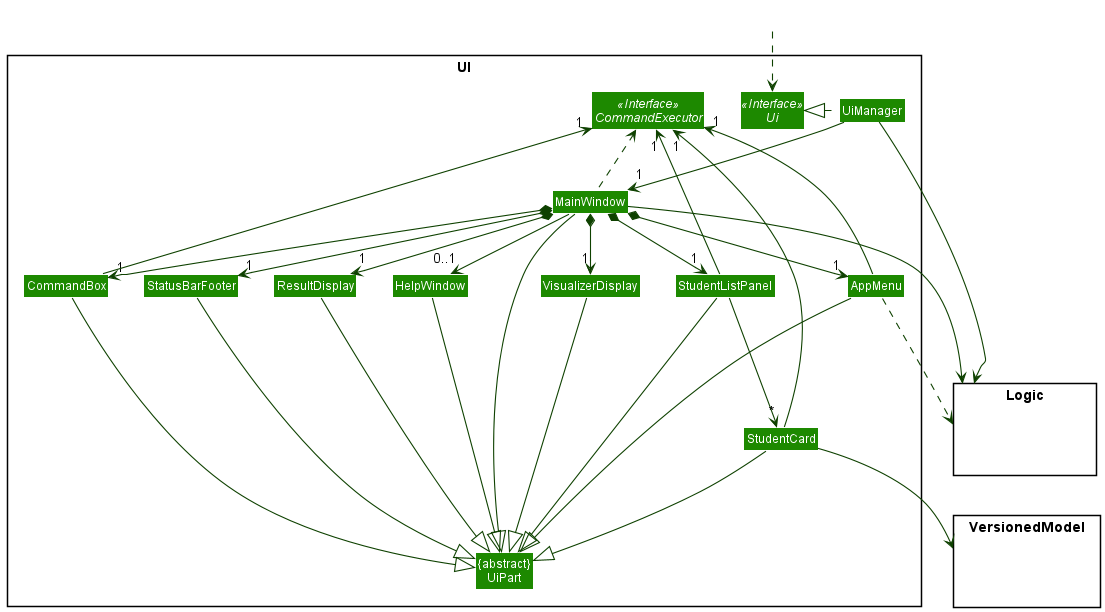
The PlantUML diagram docs/images/dg/architecture/ui/UiClassDiagram.png in nus-cs2103-AY2122S1/tp, before a commit. Its source is kept beside it as docs/diagrams/architecture/ui/UiClassDiagram.puml.
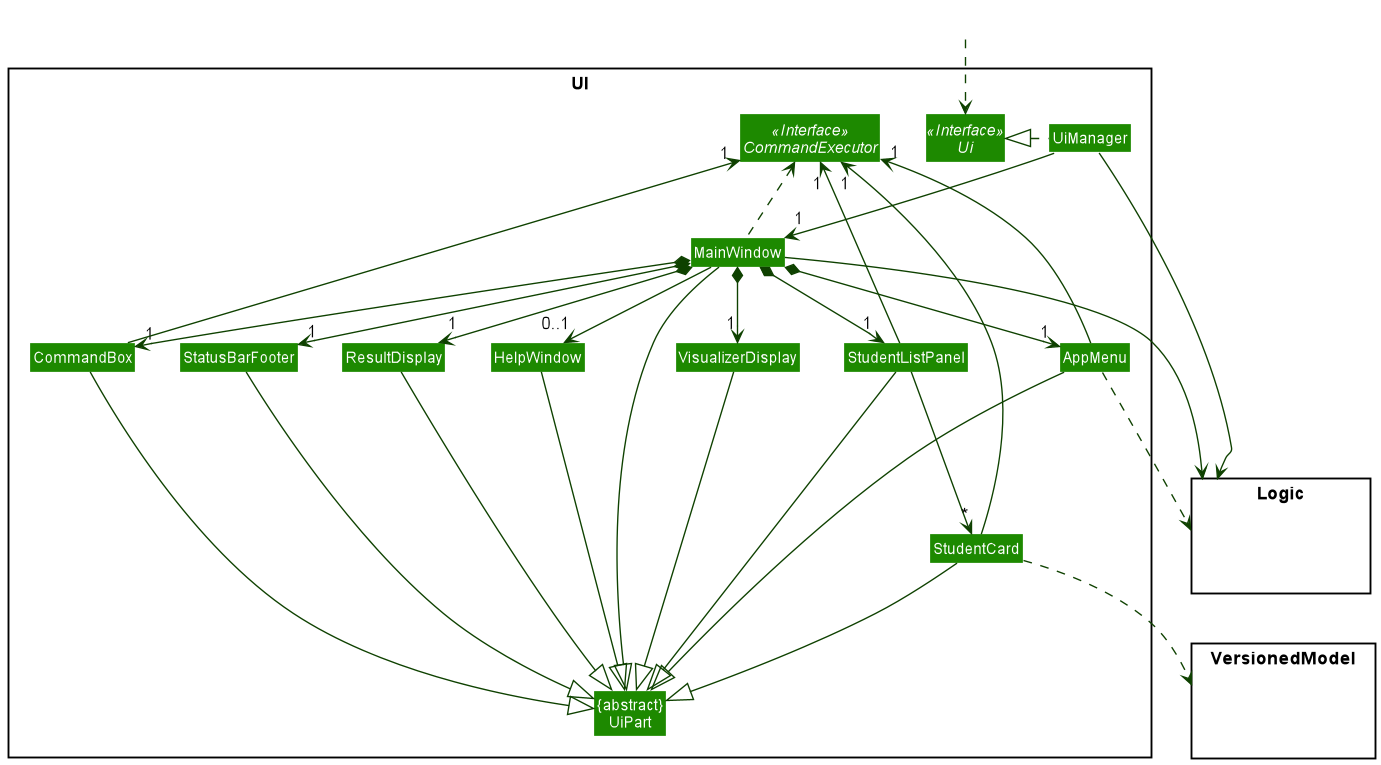
Later version of the same file.

Change to the diagram source:
```diff
@@ -62,10 +62,9 @@
 
 AppMenu ...> Logic
 
-StudentCard --> VersionedModel
+StudentCard ..> VersionedModel
 UiManager -right-> Logic
 MainWindow --> Logic
-
 
 StudentListPanel -[hidden]left- HelpWindow
 HelpWindow -[hidden]left- CommandBox
```
